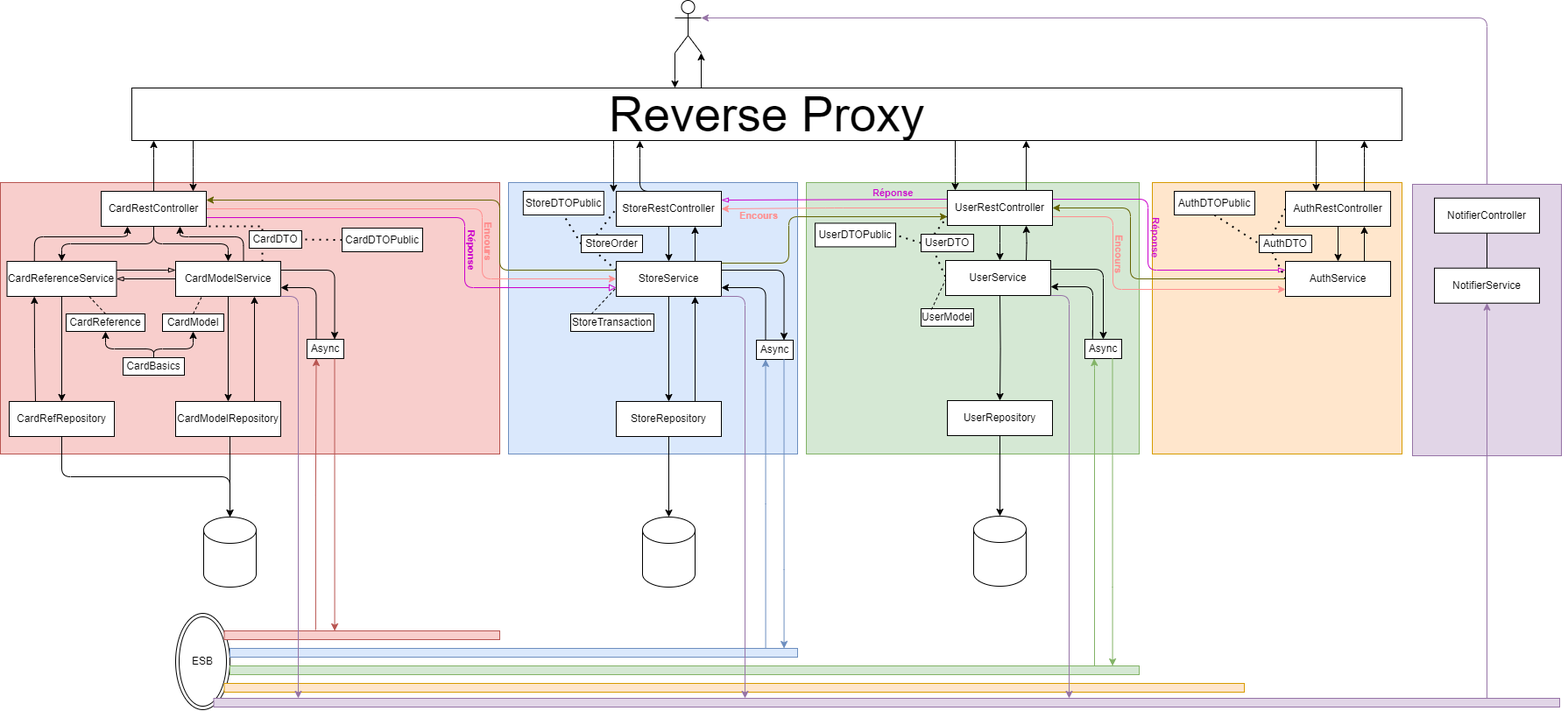
Before: Archi/Archi.drawio.png, a diagram exported from draw.io (EnzoLouni/ASI-II-Groupe1). Source tidied: cells renumbered, new cells last; positions are measured from the earlier drawing's top-left corner, leaving out a move shared by most shapes.
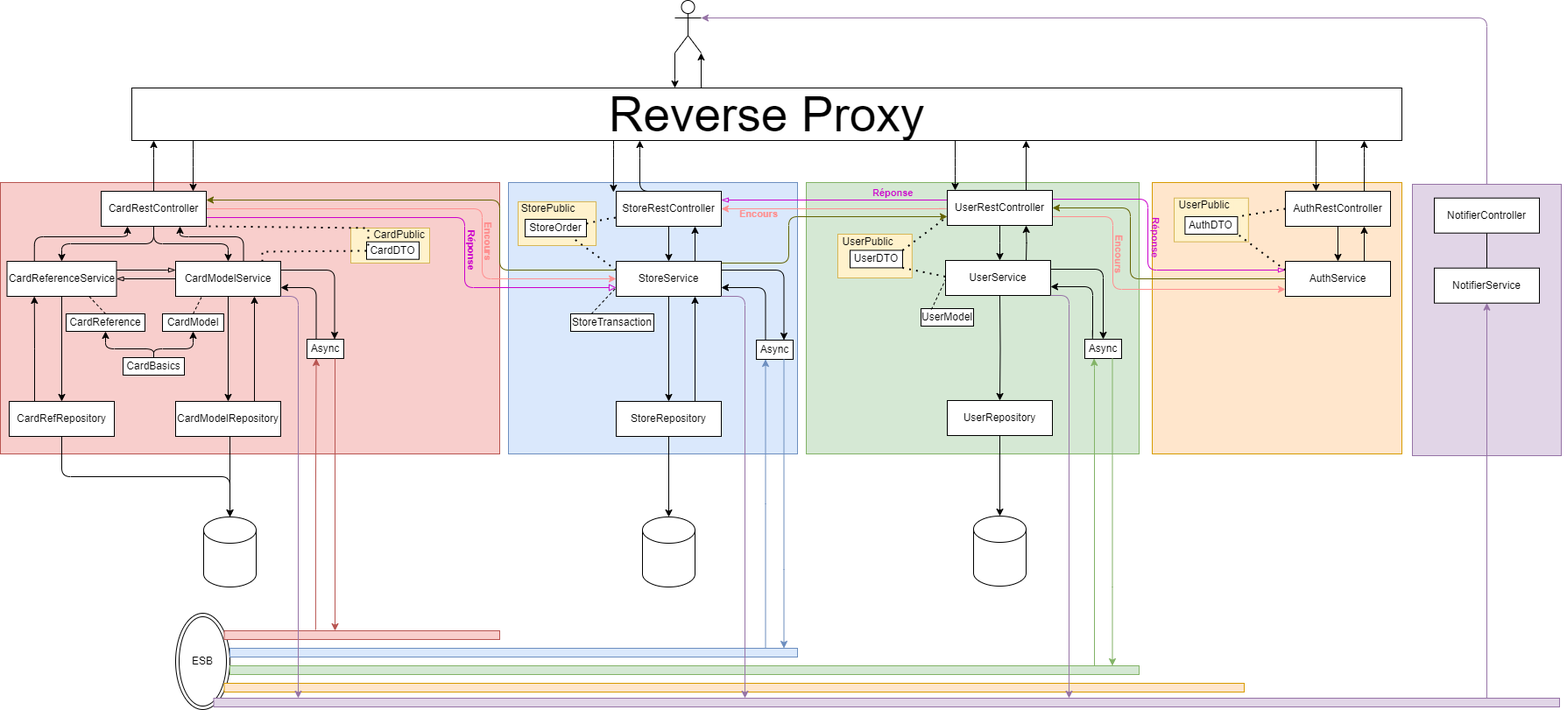
Above is the later version.

Commit message:
Mettre à jour Archi.drawio.png

What changed in the source:
```diff
@@ -2,21 +2,42 @@
   <root>
     <mxCell id="0" />
     <mxCell id="1" parent="0" />
+    <mxCell id="3" style="rounded=0;whiteSpace=wrap;html=1;fillColor=#ffe6cc;strokeColor=#d79b00;" parent="1" vertex="1">
+      <mxGeometry x="1315" y="208" width="285" height="310" as="geometry" />
+    </mxCell>
+    <mxCell id="133" style="rounded=0;whiteSpace=wrap;html=1;fillColor=#fff2cc;strokeColor=#d6b656;" parent="1" vertex="1">
+      <mxGeometry x="1340" y="225.7" width="84.8" height="50" as="geometry" />
+    </mxCell>
+    <mxCell id="134" value="UserPublic" style="rounded=0;whiteSpace=wrap;html=1;fillColor=#fff2cc;strokeColor=none;" parent="1" vertex="1">
+      <mxGeometry x="1340.8" y="227.7" width="67" height="13" as="geometry" />
+    </mxCell>
+    <mxCell id="4" style="rounded=0;whiteSpace=wrap;html=1;fillColor=#d5e8d4;strokeColor=#82b366;" parent="1" vertex="1">
+      <mxGeometry x="920" y="208" width="380" height="310" as="geometry" />
+    </mxCell>
+    <mxCell id="135" style="rounded=0;whiteSpace=wrap;html=1;fillColor=#fff2cc;strokeColor=#d6b656;" parent="1" vertex="1">
+      <mxGeometry x="956" y="267" width="84.8" height="50" as="geometry" />
+    </mxCell>
+    <mxCell id="136" value="UserPublic" style="rounded=0;whiteSpace=wrap;html=1;fillColor=#fff2cc;strokeColor=none;" parent="1" vertex="1">
+      <mxGeometry x="956.8" y="269" width="67" height="13" as="geometry" />
+    </mxCell>
+    <mxCell id="5" style="rounded=0;whiteSpace=wrap;html=1;fillColor=#dae8fc;strokeColor=#6c8ebf;" parent="1" vertex="1">
+      <mxGeometry x="580" y="208" width="330" height="310" as="geometry" />
+    </mxCell>
+    <mxCell id="137" style="rounded=0;whiteSpace=wrap;html=1;fillColor=#fff2cc;strokeColor=#d6b656;" parent="1" vertex="1">
+      <mxGeometry x="591" y="230" width="89" height="50" as="geometry" />
+    </mxCell>
+    <mxCell id="138" value="StorePublic" style="rounded=0;whiteSpace=wrap;html=1;fillColor=#fff2cc;strokeColor=none;" parent="1" vertex="1">
+      <mxGeometry x="592" y="231" width="67" height="13" as="geometry" />
+    </mxCell>
+    <mxCell id="6" style="rounded=0;whiteSpace=wrap;html=1;fillColor=#f8cecc;strokeColor=#b85450;" parent="1" vertex="1">
+      <mxGeometry y="208" width="570" height="310" as="geometry" />
+    </mxCell>
+    <mxCell id="139" style="rounded=0;whiteSpace=wrap;html=1;fillColor=#fff2cc;strokeColor=#d6b656;" parent="1" vertex="1">
+      <mxGeometry x="400" y="260" width="90" height="40" as="geometry" />
+    </mxCell>
     <mxCell id="2" style="rounded=0;whiteSpace=wrap;html=1;fillColor=#e1d5e7;strokeColor=#9673a6;" parent="1" vertex="1">
       <mxGeometry x="1612" y="210" width="170" height="310" as="geometry" />
     </mxCell>
-    <mxCell id="3" style="rounded=0;whiteSpace=wrap;html=1;fillColor=#ffe6cc;strokeColor=#d79b00;" parent="1" vertex="1">
-      <mxGeometry x="1315" y="208" width="285" height="310" as="geometry" />
-    </mxCell>
-    <mxCell id="4" style="rounded=0;whiteSpace=wrap;html=1;fillColor=#d5e8d4;strokeColor=#82b366;" parent="1" vertex="1">
-      <mxGeometry x="920" y="208" width="380" height="310" as="geometry" />
-    </mxCell>
-    <mxCell id="5" style="rounded=0;whiteSpace=wrap;html=1;fillColor=#dae8fc;strokeColor=#6c8ebf;" parent="1" vertex="1">
-      <mxGeometry x="580" y="208" width="330" height="310" as="geometry" />
-    </mxCell>
-    <mxCell id="6" style="rounded=0;whiteSpace=wrap;html=1;fillColor=#f8cecc;strokeColor=#b85450;" parent="1" vertex="1">
-      <mxGeometry y="208" width="570" height="310" as="geometry" />
-    </mxCell>
     <mxCell id="7" style="edgeStyle=orthogonalEdgeStyle;rounded=1;jettySize=auto;html=1;" parent="1" edge="1" source="116" target="18">
       <mxGeometry relative="1" as="geometry">
         <Array as="points">
@@ -137,8 +158,12 @@
         </Array>
       </mxGeometry>
     </mxCell>
-    <mxCell id="26" style="edgeStyle=orthogonalEdgeStyle;rounded=1;jettySize=auto;html=1;exitX=0;exitY=0.5;exitDx=0;exitDy=0;strokeColor=#FF8F8F;" parent="1" edge="1" source="28" target="21">
-      <mxGeometry relative="1" as="geometry" />
+    <mxCell id="26" style="edgeStyle=orthogonalEdgeStyle;rounded=1;jettySize=auto;html=1;exitX=0.003;exitY=0.575;exitDx=0;exitDy=0;strokeColor=#FF8F8F;exitPerimeter=0;" parent="1" edge="1" source="28" target="21">
+      <mxGeometry relative="1" as="geometry">
+        <Array as="points">
+          <mxPoint x="1081" y="238" />
+        </Array>
+      </mxGeometry>
     </mxCell>
     <mxCell id="27" style="edgeStyle=orthogonalEdgeStyle;rounded=1;jettySize=auto;html=1;exitX=1;exitY=0.25;exitDx=0;exitDy=0;entryX=0;entryY=0.25;entryDx=0;entryDy=0;endArrow=blockThin;endFill=0;fillColor=#d80073;strokeColor=#CC00CC;" parent="1" edge="1" source="28" target="87">
       <mxGeometry relative="1" as="geometry">
@@ -213,18 +238,18 @@
       <mxGeometry x="10" y="458" width="120" height="40" as="geometry" />
     </mxCell>
     <mxCell id="44" value="UserDTO" style="rounded=0;whiteSpace=wrap;html=1;" parent="1" vertex="1">
-      <mxGeometry x="1051" y="267" width="60" height="20" as="geometry" />
+      <mxGeometry x="970" y="285.4" width="60" height="20" as="geometry" />
     </mxCell>
     <mxCell id="45" value="AuthDTO" style="rounded=0;whiteSpace=wrap;html=1;" parent="1" vertex="1">
-      <mxGeometry x="1437" y="268" width="60" height="20" as="geometry" />
+      <mxGeometry x="1352.4" y="247" width="60" height="20" as="geometry" />
     </mxCell>
     <mxCell id="46" value="CardDTO" style="rounded=0;whiteSpace=wrap;html=1;" parent="1" vertex="1">
-      <mxGeometry x="284" y="263" width="60" height="20" as="geometry" />
+      <mxGeometry x="418" y="275.7" width="60" height="20" as="geometry" />
     </mxCell>
-    <mxCell id="47" style="endArrow=none;dashed=1;html=1;dashPattern=1 3;strokeWidth=2;rounded=0;exitX=0.25;exitY=0;exitDx=0;exitDy=0;entryX=1;entryY=1;entryDx=0;entryDy=0;" parent="1" edge="1" source="46" target="18">
+    <mxCell id="47" style="endArrow=none;dashed=1;html=1;dashPattern=1 3;strokeWidth=2;rounded=0;exitX=0.033;exitY=0.215;exitDx=0;exitDy=0;entryX=1;entryY=1;entryDx=0;entryDy=0;exitPerimeter=0;" parent="1" edge="1" source="46" target="18">
       <mxGeometry relative="1" as="geometry">
         <Array as="points">
-          <mxPoint x="299" y="258" />
+          <mxPoint x="420" y="260" />
         </Array>
       </mxGeometry>
     </mxCell>
@@ -274,7 +299,7 @@
       <mxGeometry x="703" y="458" width="120" height="40" as="geometry" />
     </mxCell>
     <mxCell id="59" value="StoreOrder" style="rounded=0;whiteSpace=wrap;html=1;" parent="1" vertex="1">
-      <mxGeometry x="663" y="268" width="70" height="20" as="geometry" />
+      <mxGeometry x="599" y="250" width="70" height="20" as="geometry" />
     </mxCell>
     <mxCell id="60" value="StoreTransaction" style="rounded=0;whiteSpace=wrap;html=1;" parent="1" vertex="1">
       <mxGeometry x="651" y="358" width="95" height="20" as="geometry" />
@@ -304,13 +329,21 @@
     <mxCell id="65" style="endArrow=none;dashed=1;html=1;rounded=0;exitX=0.5;exitY=0;exitDx=0;exitDy=0;entryX=0.25;entryY=1;entryDx=0;entryDy=0;" parent="1" edge="1" source="49" target="37">
       <mxGeometry relative="1" as="geometry" />
     </mxCell>
-    <mxCell id="66" style="endArrow=none;dashed=1;html=1;dashPattern=1 3;strokeWidth=2;rounded=0;entryX=0.25;entryY=1;entryDx=0;entryDy=0;exitX=0.825;exitY=0.004;exitDx=0;exitDy=0;exitPerimeter=0;" parent="1" edge="1" source="37" target="46">
-      <mxGeometry relative="1" as="geometry" />
+    <mxCell id="66" style="endArrow=none;dashed=1;html=1;dashPattern=1 3;strokeWidth=2;rounded=0;exitX=0.825;exitY=0.004;exitDx=0;exitDy=0;exitPerimeter=0;" parent="1" edge="1" source="37" target="46">
+      <mxGeometry relative="1" as="geometry">
+        <Array as="points">
+          <mxPoint x="299" y="287" />
+        </Array>
+      </mxGeometry>
     </mxCell>
-    <mxCell id="67" style="endArrow=none;dashed=1;html=1;dashPattern=1 3;strokeWidth=2;rounded=0;entryX=0;entryY=0.5;entryDx=0;entryDy=0;exitX=0.25;exitY=0;exitDx=0;exitDy=0;" parent="1" edge="1" source="59" target="21">
-      <mxGeometry relative="1" as="geometry" />
+    <mxCell id="67" style="endArrow=none;dashed=1;html=1;dashPattern=1 3;strokeWidth=2;rounded=0;entryX=0;entryY=0.75;entryDx=0;entryDy=0;exitX=1;exitY=0.25;exitDx=0;exitDy=0;" parent="1" edge="1" source="59" target="21">
+      <mxGeometry relative="1" as="geometry">
+        <Array as="points">
+          <mxPoint x="690" y="250" />
+        </Array>
+      </mxGeometry>
     </mxCell>
-    <mxCell id="68" style="endArrow=none;dashed=1;html=1;dashPattern=1 3;strokeWidth=2;rounded=0;entryX=0.25;entryY=1;entryDx=0;entryDy=0;exitX=0;exitY=0.25;exitDx=0;exitDy=0;" parent="1" edge="1" source="55" target="59">
+    <mxCell id="68" style="endArrow=none;dashed=1;html=1;dashPattern=1 3;strokeWidth=2;rounded=0;entryX=0.75;entryY=1;entryDx=0;entryDy=0;exitX=0;exitY=0.25;exitDx=0;exitDy=0;" parent="1" edge="1" source="55" target="59">
       <mxGeometry relative="1" as="geometry" />
     </mxCell>
     <mxCell id="69" style="endArrow=none;dashed=1;html=1;rounded=0;entryX=0;entryY=0.75;entryDx=0;entryDy=0;exitX=0.25;exitY=0;exitDx=0;exitDy=0;" parent="1" edge="1" source="60" target="55">
@@ -345,16 +378,16 @@
     <mxCell id="76" value="UserRepository" style="rounded=0;whiteSpace=wrap;html=1;" parent="1" vertex="1">
       <mxGeometry x="1081" y="457" width="120" height="40" as="geometry" />
     </mxCell>
-    <mxCell id="77" style="endArrow=none;dashed=1;html=1;dashPattern=1 3;strokeWidth=2;rounded=0;entryX=0;entryY=0.75;entryDx=0;entryDy=0;exitX=0.25;exitY=0;exitDx=0;exitDy=0;" parent="1" edge="1" source="44" target="28">
+    <mxCell id="77" style="endArrow=none;dashed=1;html=1;dashPattern=1 3;strokeWidth=2;rounded=0;entryX=0;entryY=0.75;entryDx=0;entryDy=0;exitX=1;exitY=0;exitDx=0;exitDy=0;" parent="1" edge="1" source="44" target="28">
       <mxGeometry relative="1" as="geometry" />
     </mxCell>
-    <mxCell id="78" style="endArrow=none;dashed=1;html=1;dashPattern=1 3;strokeWidth=2;rounded=0;entryX=0.25;entryY=1;entryDx=0;entryDy=0;exitX=-0.003;exitY=0.46;exitDx=0;exitDy=0;exitPerimeter=0;" parent="1" edge="1" source="73" target="44">
+    <mxCell id="78" style="endArrow=none;dashed=1;html=1;dashPattern=1 3;strokeWidth=2;rounded=0;entryX=1;entryY=1;entryDx=0;entryDy=0;exitX=-0.003;exitY=0.46;exitDx=0;exitDy=0;exitPerimeter=0;" parent="1" edge="1" source="73" target="44">
       <mxGeometry relative="1" as="geometry" />
     </mxCell>
-    <mxCell id="79" style="endArrow=none;dashed=1;html=1;dashPattern=1 3;strokeWidth=2;rounded=0;exitX=0;exitY=0.5;exitDx=0;exitDy=0;entryX=0.25;entryY=1;entryDx=0;entryDy=0;" parent="1" edge="1" source="87" target="45">
+    <mxCell id="79" style="endArrow=none;dashed=1;html=1;dashPattern=1 3;strokeWidth=2;rounded=0;exitX=0;exitY=0.25;exitDx=0;exitDy=0;entryX=1;entryY=1;entryDx=0;entryDy=0;" parent="1" edge="1" source="87" target="45">
       <mxGeometry relative="1" as="geometry" />
     </mxCell>
-    <mxCell id="80" style="endArrow=none;dashed=1;html=1;dashPattern=1 3;strokeWidth=2;rounded=0;exitX=0;exitY=0.5;exitDx=0;exitDy=0;entryX=0.25;entryY=0;entryDx=0;entryDy=0;" parent="1" edge="1" source="84" target="45">
+    <mxCell id="80" style="endArrow=none;dashed=1;html=1;dashPattern=1 3;strokeWidth=2;rounded=0;exitX=0;exitY=0.5;exitDx=0;exitDy=0;entryX=1;entryY=0;entryDx=0;entryDy=0;" parent="1" edge="1" source="84" target="45">
       <mxGeometry relative="1" as="geometry" />
     </mxCell>
     <mxCell id="81" style="endArrow=none;dashed=1;html=1;rounded=0;entryX=0.001;entryY=0.54;entryDx=0;entryDy=0;exitX=0.198;exitY=0.05;exitDx=0;exitDy=0;exitPerimeter=0;entryPerimeter=0;" parent="1" edge="1" source="74" target="73">
@@ -503,7 +536,7 @@
       </mxGeometry>
     </mxCell>
     <mxCell id="114" value="&lt;font style=&quot;font-size: 11px;&quot;&gt;Encours&lt;/font&gt;" style="text;strokeColor=none;fillColor=none;html=1;fontSize=24;fontStyle=1;verticalAlign=bottom;align=left;rotation=0;fontColor=#FF8F8F;" parent="1" vertex="1">
-      <mxGeometry x="842" y="242" width="50.8" height="17.4" as="geometry" />
+      <mxGeometry x="842" y="240" width="50.8" height="17.4" as="geometry" />
     </mxCell>
     <mxCell id="115" value="&lt;font style=&quot;font-size: 11px;&quot;&gt;Réponse&lt;/font&gt;" style="text;html=1;fontSize=24;fontStyle=1;verticalAlign=bottom;align=left;rotation=0;fontColor=#CC00CC;" parent="1" vertex="1">
       <mxGeometry x="994" y="216" width="50.8" height="17.4" as="geometry" />
@@ -521,12 +554,6 @@
     <mxCell id="118" style="edgeStyle=orthogonalEdgeStyle;rounded=1;jettySize=auto;html=1;exitX=0.5;exitY=0;exitDx=0;exitDy=0;entryX=1;entryY=0.3333333333333333;entryDx=0;entryDy=0;entryPerimeter=0;fillColor=#e1d5e7;strokeColor=#9673a6;" parent="1" edge="1" source="2" target="12">
       <mxGeometry relative="1" as="geometry" />
     </mxCell>
-    <mxCell id="119" value="CardDTOPublic" style="rounded=0;whiteSpace=wrap;html=1;" parent="1" vertex="1">
-      <mxGeometry x="390" y="260" width="92" height="27" as="geometry" />
-    </mxCell>
-    <mxCell id="120" style="endArrow=none;dashed=1;html=1;dashPattern=1 3;strokeWidth=2;rounded=0;exitX=0;exitY=0.5;exitDx=0;exitDy=0;entryX=1;entryY=0.5;entryDx=0;entryDy=0;" parent="1" edge="1" source="119" target="46">
-      <mxGeometry relative="1" as="geometry" />
-    </mxCell>
     <mxCell id="121" style="edgeStyle=orthogonalEdgeStyle;rounded=0;jettySize=auto;html=1;exitX=1;exitY=0;exitDx=0;exitDy=0;entryX=0.5;entryY=1;entryDx=0;entryDy=0;fillColor=#e1d5e7;strokeColor=#9673a6;" parent="1" edge="1" source="122" target="92">
       <mxGeometry relative="1" as="geometry">
         <Array as="points">
@@ -558,26 +585,11 @@
         </Array>
       </mxGeometry>
     </mxCell>
-    <mxCell id="126" value="StoreDTOPublic" style="rounded=0;whiteSpace=wrap;html=1;" parent="1" vertex="1">
-      <mxGeometry x="596.8" y="218" width="92" height="27" as="geometry" />
-    </mxCell>
-    <mxCell id="127" style="endArrow=none;dashed=1;html=1;dashPattern=1 3;strokeWidth=2;rounded=0;exitX=0;exitY=0.5;exitDx=0;exitDy=0;entryX=0.5;entryY=1;entryDx=0;entryDy=0;" parent="1" edge="1" source="59" target="126">
-      <mxGeometry relative="1" as="geometry" />
-    </mxCell>
-    <mxCell id="128" value="UserDTOPublic" style="rounded=0;whiteSpace=wrap;html=1;" parent="1" vertex="1">
-      <mxGeometry x="930" y="254.4" width="92" height="27" as="geometry" />
-    </mxCell>
-    <mxCell id="129" style="endArrow=none;dashed=1;html=1;dashPattern=1 3;strokeWidth=2;rounded=0;entryX=1;entryY=0.5;entryDx=0;entryDy=0;exitX=0;exitY=0.5;exitDx=0;exitDy=0;" parent="1" edge="1" source="44" target="128">
-      <mxGeometry relative="1" as="geometry" />
-    </mxCell>
-    <mxCell id="130" value="AuthDTOPublic" style="rounded=0;whiteSpace=wrap;html=1;" parent="1" vertex="1">
-      <mxGeometry x="1340" y="218" width="92" height="27" as="geometry" />
-    </mxCell>
-    <mxCell id="131" style="endArrow=none;dashed=1;html=1;dashPattern=1 3;strokeWidth=2;rounded=0;exitX=0.5;exitY=1;exitDx=0;exitDy=0;entryX=0;entryY=0.5;entryDx=0;entryDy=0;" parent="1" edge="1" source="130" target="45">
-      <mxGeometry relative="1" as="geometry" />
-    </mxCell>
     <mxCell id="132" value="&lt;font style=&quot;font-size: 11px;&quot;&gt;Réponse&lt;/font&gt;" style="text;html=1;fontSize=24;fontStyle=1;verticalAlign=bottom;align=left;rotation=91;fontColor=#CC00CC;" parent="1" vertex="1">
       <mxGeometry x="1289.2" y="263" width="50.8" height="17.4" as="geometry" />
     </mxCell>
+    <mxCell id="140" value="CardPublic" style="rounded=0;whiteSpace=wrap;html=1;fillColor=#fff2cc;strokeColor=none;" parent="1" vertex="1">
+      <mxGeometry x="422" y="261" width="67" height="13" as="geometry" />
+    </mxCell>
   </root>
 </mxGraphModel>
```
